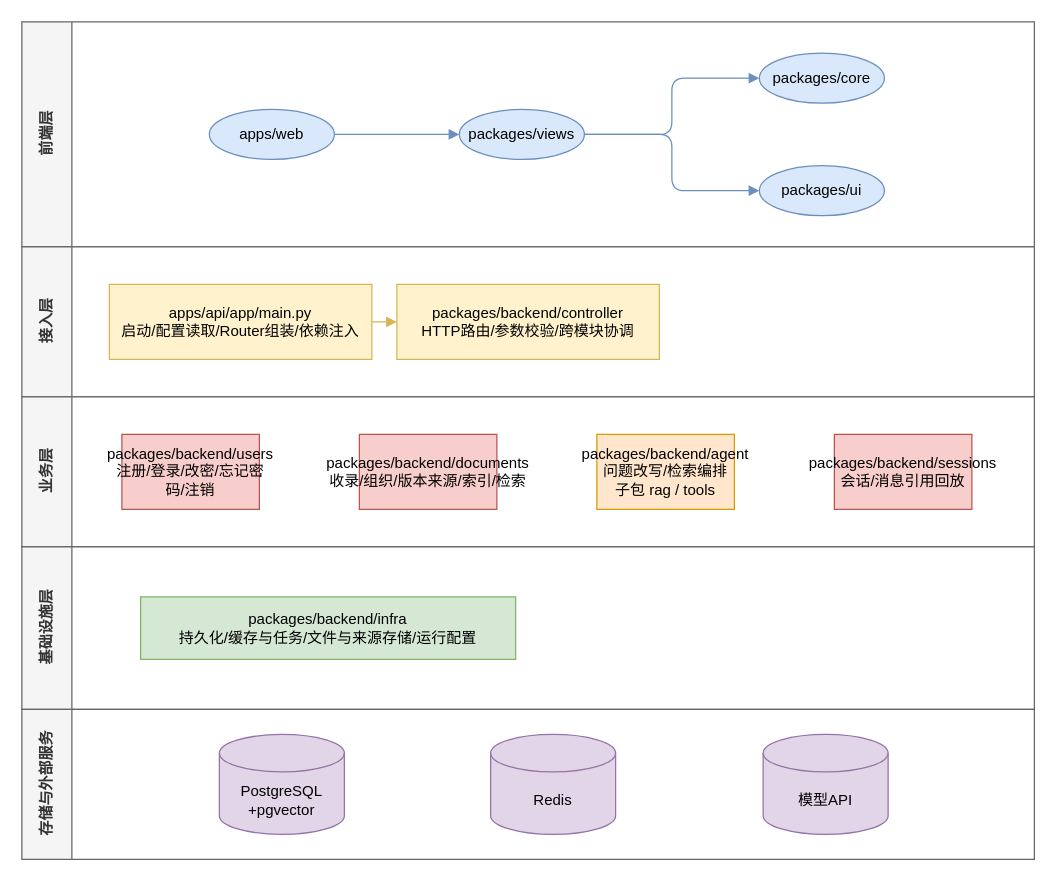
Above: docs/diagrams/architecture.drawio in yoyo021608/yoyo-knowledge-base (draw.io), before the change. Source tidied: cells renumbered, new cells numbered last; positions are measured from the earlier drawing's top-left corner, leaving out a move shared by most shapes. Both pictures are drawn from the tidied source at 125%, with x=0, y=0 at pixel (21, 21).
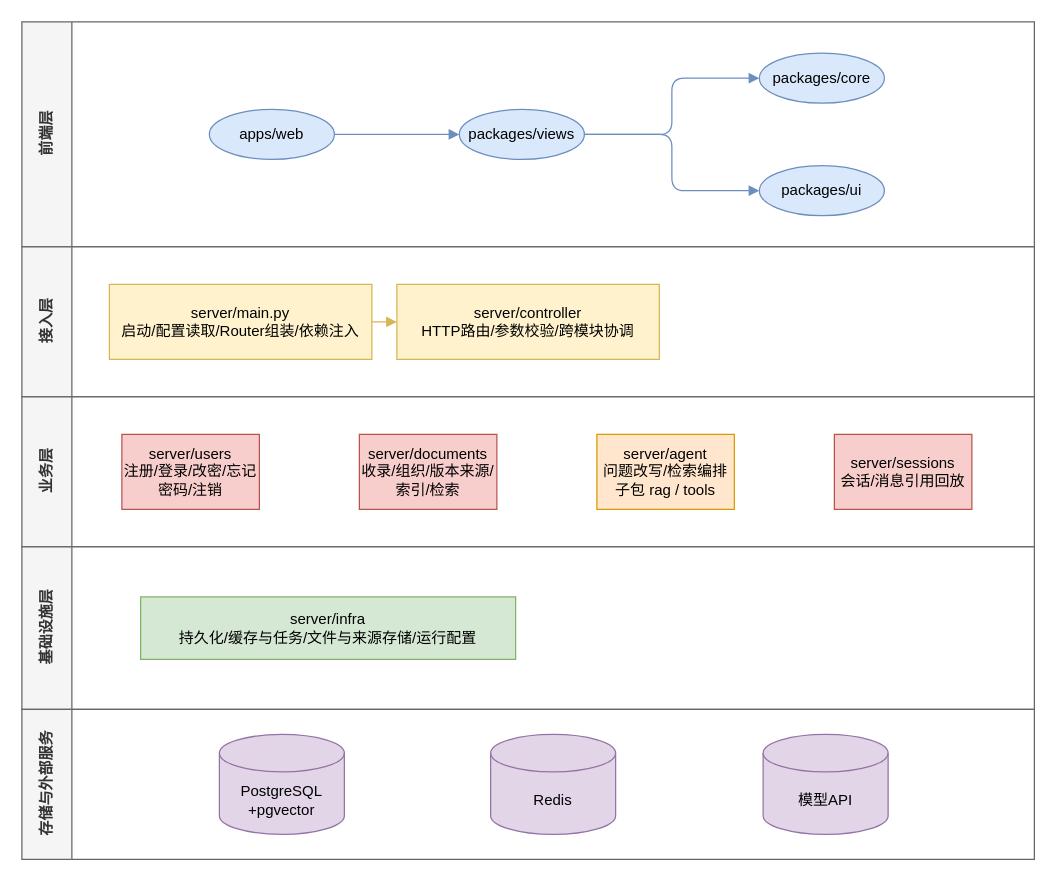
The same page after the edit.

The change refers to these unchanged cells:
```xml
<mxCell id="10" value="接入层" style="swimlane;startSize=40;horizontal=0;html=1;fillColor=#f5f5f5;fontColor=#333333;strokeColor=#666666;swimlaneFillColor=default;" parent="1" vertex="1">
  <mxGeometry y="180" width="810" height="120" as="geometry" />
</mxCell>
<mxCell id="14" value="业务层" style="swimlane;startSize=40;horizontal=0;html=1;fillColor=#f5f5f5;fontColor=#333333;strokeColor=#666666;swimlaneFillColor=default;" parent="1" vertex="1">
  <mxGeometry y="300" width="810" height="120" as="geometry" />
</mxCell>
<mxCell id="19" value="基础设施层" style="swimlane;startSize=40;horizontal=0;html=1;fillColor=#f5f5f5;fontColor=#333333;strokeColor=#666666;swimlaneFillColor=default;" parent="1" vertex="1">
  <mxGeometry y="420" width="810" height="130" as="geometry" />
</mxCell>
```

What changed in the source:
```diff
@@
-    <mxCell id="11" value="apps/api/app/main.py&lt;div&gt;启动/配置读取/Router组装/依赖注入&lt;/div&gt;" style="whiteSpace=wrap;html=1;align=center;fillColor=#fff2cc;strokeColor=#d6b656;" parent="10" vertex="1">
+    <mxCell id="11" value="server/main.py&lt;div&gt;启动/配置读取/Router组装/依赖注入&lt;/div&gt;" style="whiteSpace=wrap;html=1;align=center;fillColor=#fff2cc;strokeColor=#d6b656;" parent="10" vertex="1">
       <mxGeometry x="70" y="30" width="210" height="60" as="geometry" />
     </mxCell>
-    <mxCell id="12" value="packages/backend/controller&lt;div&gt;HTTP路由/参数校验/跨模块协调&lt;/div&gt;" style="whiteSpace=wrap;html=1;align=center;fillColor=#fff2cc;strokeColor=#d6b656;" parent="10" vertex="1">
+    <mxCell id="12" value="server/controller&lt;div&gt;HTTP路由/参数校验/跨模块协调&lt;/div&gt;" style="whiteSpace=wrap;html=1;align=center;fillColor=#fff2cc;strokeColor=#d6b656;" parent="10" vertex="1">
       <mxGeometry x="300" y="30" width="210" height="60" as="geometry" />
     </mxCell>
@@
-    <mxCell id="15" value="packages/backend/users&lt;div&gt;注册/登录/改密/忘记密码/注销&lt;/div&gt;" style="whiteSpace=wrap;html=1;align=center;fillColor=#f8cecc;strokeColor=#b85450;" parent="14" vertex="1">
+    <mxCell id="15" value="server/users&lt;div&gt;注册/登录/改密/忘记密码/注销&lt;/div&gt;" style="whiteSpace=wrap;html=1;align=center;fillColor=#f8cecc;strokeColor=#b85450;" parent="14" vertex="1">
       <mxGeometry x="80" y="30" width="110" height="60" as="geometry" />
     </mxCell>
-    <mxCell id="16" value="packages/backend/documents&lt;div&gt;收录/组织/版本来源/索引/检索&lt;/div&gt;" style="whiteSpace=wrap;html=1;align=center;fillColor=#f8cecc;strokeColor=#b85450;" parent="14" vertex="1">
+    <mxCell id="16" value="server/documents&lt;div&gt;收录/组织/版本来源/索引/检索&lt;/div&gt;" style="whiteSpace=wrap;html=1;align=center;fillColor=#f8cecc;strokeColor=#b85450;" parent="14" vertex="1">
       <mxGeometry x="270" y="30" width="110" height="60" as="geometry" />
     </mxCell>
-    <mxCell id="17" value="packages/backend/agent&lt;div&gt;问题改写/检索编排&lt;/div&gt;&lt;div&gt;子包 rag / tools&lt;/div&gt;" style="whiteSpace=wrap;html=1;align=center;fillColor=#ffe6cc;strokeColor=#d79b00;" parent="14" vertex="1">
+    <mxCell id="17" value="server/agent&lt;div&gt;问题改写/检索编排&lt;/div&gt;&lt;div&gt;子包 rag / tools&lt;/div&gt;" style="whiteSpace=wrap;html=1;align=center;fillColor=#ffe6cc;strokeColor=#d79b00;" parent="14" vertex="1">
       <mxGeometry x="460" y="30" width="110" height="60" as="geometry" />
     </mxCell>
-    <mxCell id="18" value="packages/backend/sessions&lt;div&gt;会话/消息引用回放&lt;/div&gt;" style="whiteSpace=wrap;html=1;align=center;fillColor=#f8cecc;strokeColor=#b85450;" parent="14" vertex="1">
+    <mxCell id="18" value="server/sessions&lt;div&gt;会话/消息引用回放&lt;/div&gt;" style="whiteSpace=wrap;html=1;align=center;fillColor=#f8cecc;strokeColor=#b85450;" parent="14" vertex="1">
       <mxGeometry x="650" y="30" width="110" height="60" as="geometry" />
     </mxCell>
@@
-    <mxCell id="20" value="packages/backend/infra&lt;div&gt;持久化/缓存与任务/文件与来源存储/运行配置&lt;/div&gt;" style="whiteSpace=wrap;html=1;align=center;fillColor=#d5e8d4;strokeColor=#82b366;" parent="19" vertex="1">
+    <mxCell id="20" value="server/infra&lt;div&gt;持久化/缓存与任务/文件与来源存储/运行配置&lt;/div&gt;" style="whiteSpace=wrap;html=1;align=center;fillColor=#d5e8d4;strokeColor=#82b366;" parent="19" vertex="1">
       <mxGeometry x="95" y="40" width="300" height="50" as="geometry" />
     </mxCell>
```
